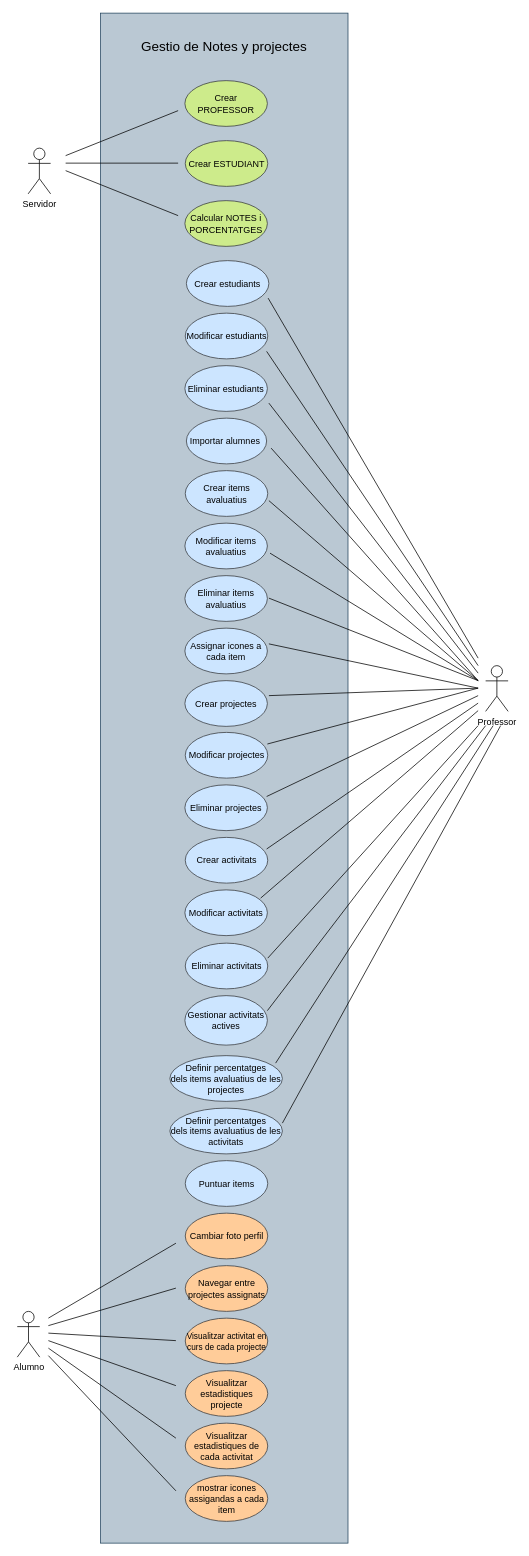
Earlier version of the draw.io diagram Micro02-UML.drawio (MiguelGallardoRevaliente/Micro02). Source tidied: cells renumbered, new cells numbered last; positions are measured from the earlier drawing's top-left corner, leaving out a move shared by most shapes. Both pictures are drawn from the tidied source at 75%, with x=0, y=0 at pixel (17, 13).
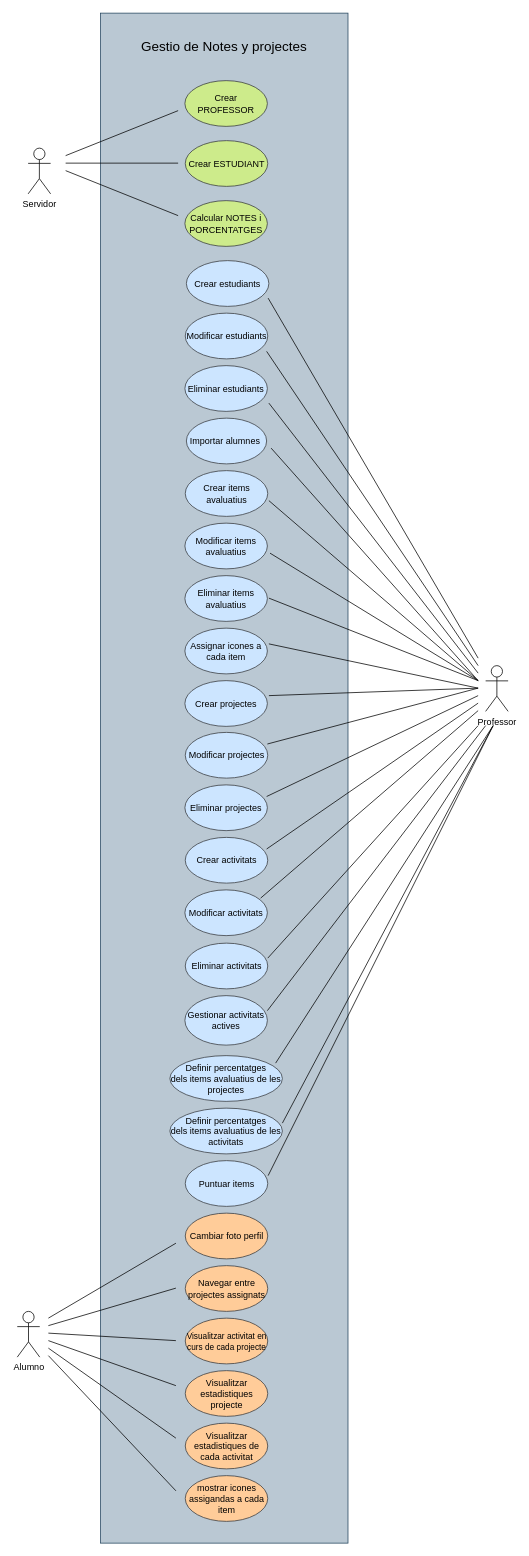
Above is the later version.

Commit message (it also covers changes not shown here):
disseño "final" diagramas

Change to the diagram source:
```diff
@@
     <mxCell id="33" style="endArrow=none;html=1;rounded=0;" parent="1" edge="1">
       <mxGeometry relative="1" as="geometry">
         <mxPoint x="353" y="1480" as="sourcePoint" />
-        <mxPoint x="644" y="950" as="targetPoint" />
+        <mxPoint x="634" y="950" as="targetPoint" />
       </mxGeometry>
     </mxCell>
@@
+    <mxCell id="60" style="endArrow=none;html=1;rounded=0;" parent="1" edge="1">
+      <mxGeometry relative="1" as="geometry">
+        <mxPoint x="334" y="1550" as="sourcePoint" />
+        <mxPoint x="634" y="950" as="targetPoint" />
+      </mxGeometry>
+    </mxCell>
```
